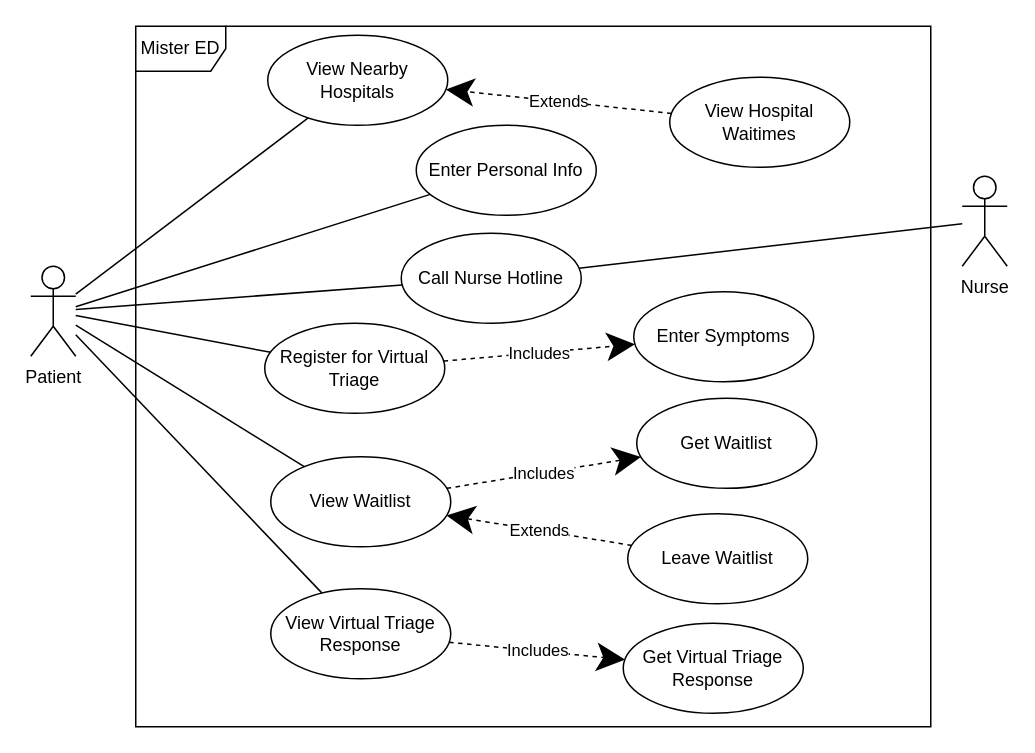
SENG-350-2024-fall/Team9 keeps this draw.io diagram as AmirWork/M3/PatientUseCaseDiagramV2.drawio. Above is the earlier version. Source tidied: cells renumbered, new cells numbered last; positions are measured from the earlier drawing's top-left corner, leaving out a move shared by most shapes. Both pictures are drawn from the tidied source at 150%, with x=0, y=0 at pixel (30, 26).
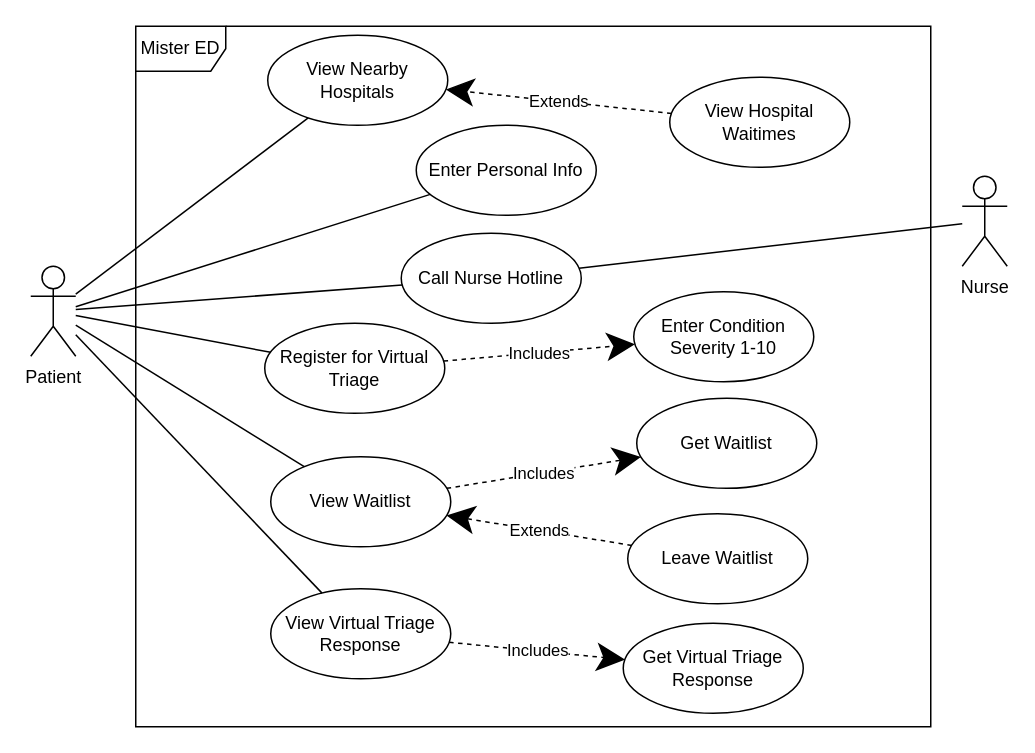
The same page after the edit.

Diff of the diagram source:
```diff
@@
-    <mxCell id="9" value="Enter Symptoms" style="ellipse;whiteSpace=wrap;html=1;" parent="1" vertex="1">
+    <mxCell id="9" value="Enter Condition Severity 1-10" style="ellipse;whiteSpace=wrap;html=1;" parent="1" vertex="1">
       <mxGeometry x="402" y="177" width="120" height="60" as="geometry" />
     </mxCell>
```
